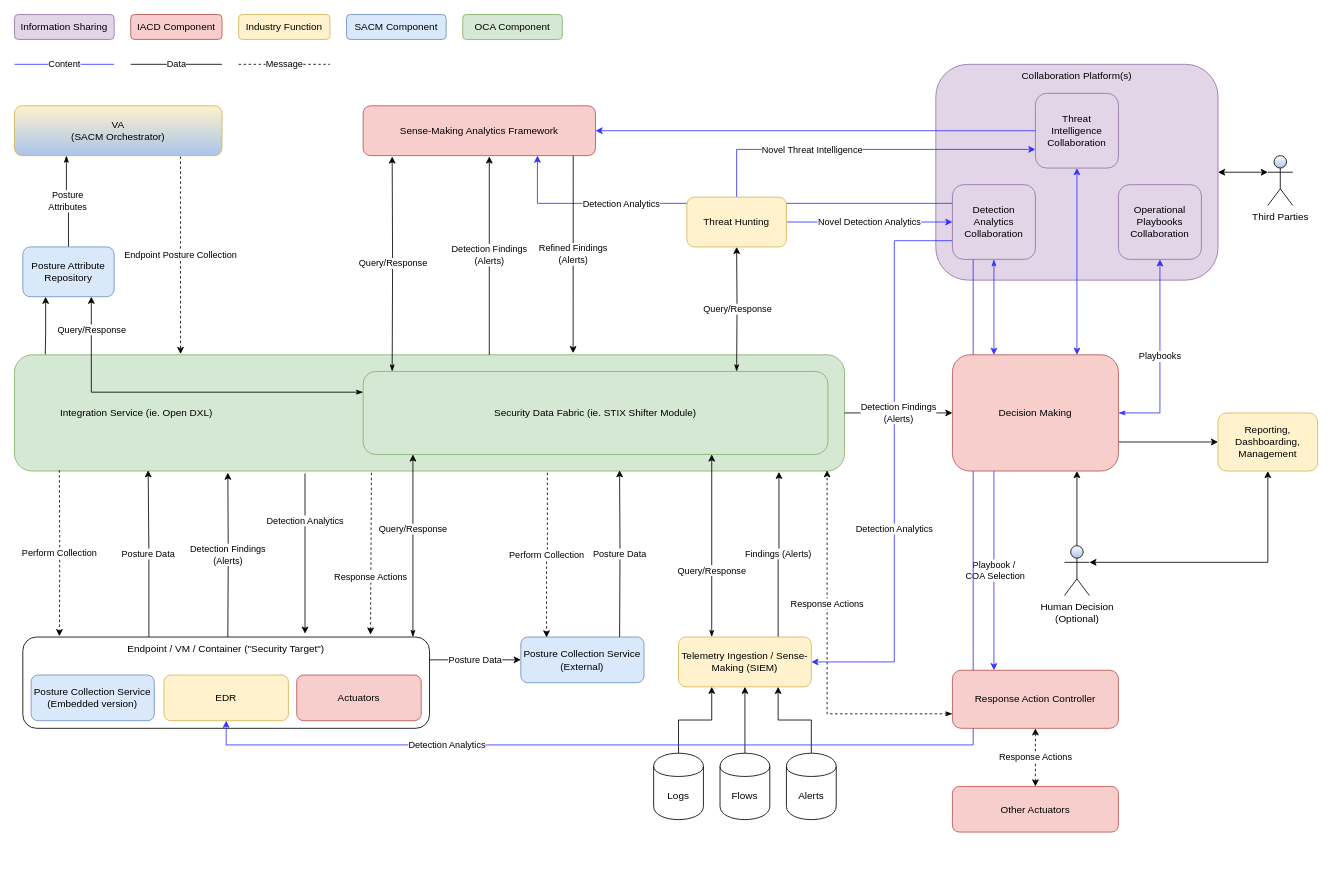
This is SACM_OCA_IACD.drawio from opencybersecurityalliance/documentation, a draw.io file, before an edit. Source tidied: cells renumbered, new cells numbered last; positions are measured from the earlier drawing's top-left corner, leaving out a move shared by most shapes. Both pictures are drawn from the tidied source at 83%, with x=0, y=0 at pixel (14, 14).
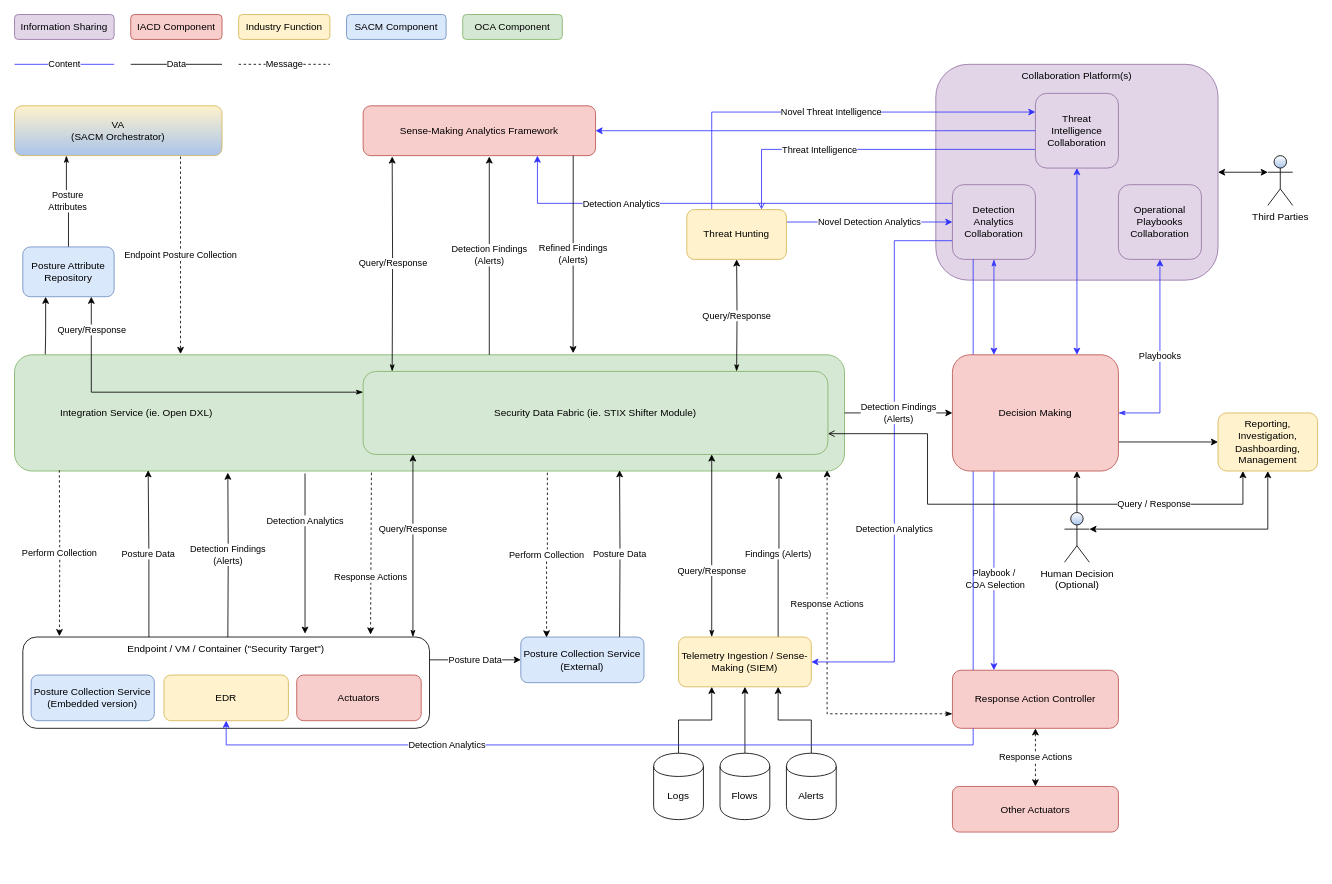
The same page after the edit.

Unchanged cells that the change refers to:
```xml
<mxCell id="10" value="Threat Intelligence Collaboration" style="rounded=1;whiteSpace=wrap;html=1;fillColor=#e1d5e7;strokeColor=#9673a6;" parent="1" vertex="1">
  <mxGeometry x="1230" y="95" width="100" height="90" as="geometry" />
</mxCell>
<mxCell id="11" value="Security Data Fabric (ie. STIX Shifter Module)" style="rounded=1;whiteSpace=wrap;html=1;fillColor=#d5e8d4;strokeColor=#82b366;" parent="1" vertex="1">
  <mxGeometry x="420" y="430" width="560" height="100" as="geometry" />
</mxCell>
<mxCell id="25" value="Sense-Making Analytics Framework" style="rounded=1;whiteSpace=wrap;html=1;fillColor=#f8cecc;strokeColor=#b85450;" parent="1" vertex="1">
  <mxGeometry x="420" y="110" width="280" height="60" as="geometry" />
</mxCell>
<mxCell id="28" value="Detection Analytics Collaboration" style="rounded=1;whiteSpace=wrap;html=1;fillColor=#e1d5e7;strokeColor=#9673a6;" parent="1" vertex="1">
  <mxGeometry x="1130" y="205" width="100" height="90" as="geometry" />
</mxCell>
<mxCell id="66" value="Decision Making" style="rounded=1;whiteSpace=wrap;html=1;fillColor=#f8cecc;strokeColor=#b85450;" parent="1" vertex="1">
  <mxGeometry x="1130" y="410" width="200" height="140" as="geometry" />
</mxCell>
<mxCell id="67" value="Response Action Controller" style="rounded=1;whiteSpace=wrap;html=1;fillColor=#f8cecc;strokeColor=#b85450;" parent="1" vertex="1">
  <mxGeometry x="1130" y="790" width="200" height="70" as="geometry" />
</mxCell>
```

The edit, as a diff of the source:
```diff
@@
+    <mxCell id="76" value="Threat Intelligence" style="edgeStyle=orthogonalEdgeStyle;rounded=0;jettySize=auto;html=1;exitX=0;exitY=0.75;exitDx=0;exitDy=0;entryX=0.75;entryY=0;entryDx=0;entryDy=0;startArrow=none;startFill=0;endArrow=open;endFill=0;strokeColor=#3333FF;" parent="1" edge="1" source="10" target="69">
+      <mxGeometry x="0.29" relative="1" as="geometry" />
+    </mxCell>
@@
     <mxCell id="26" value="Detection Analytics" style="edgeStyle=orthogonalEdgeStyle;rounded=0;jettySize=auto;html=1;exitX=0;exitY=0.25;exitDx=0;exitDy=0;entryX=0.75;entryY=1;entryDx=0;entryDy=0;startArrow=none;startFill=0;endArrow=classic;endFill=1;strokeColor=#3333FF;" parent="1" edge="1" source="28" target="25">
-      <mxGeometry x="0.43" relative="1" as="geometry" />
+      <mxGeometry x="0.43" relative="1" as="geometry">
+        <Array as="points">
+          <mxPoint x="630" y="228" />
+        </Array>
+      </mxGeometry>
     </mxCell>
@@
-    <mxCell id="36" value="Novel Detection Analytics" style="endArrow=classic;html=1;entryX=0;entryY=0.5;entryDx=0;entryDy=0;exitX=1;exitY=0.5;exitDx=0;exitDy=0;strokeColor=#3333FF;" parent="1" edge="1" source="69" target="28">
+    <mxCell id="36" value="Novel Detection Analytics" style="endArrow=classic;html=1;entryX=0;entryY=0.5;entryDx=0;entryDy=0;exitX=1;exitY=0.25;exitDx=0;exitDy=0;strokeColor=#3333FF;" parent="1" edge="1" source="69" target="28">
       <mxGeometry relative="1" as="geometry" />
     </mxCell>
@@
     <mxCell id="42" value="Playbook /&lt;br&gt;&amp;nbsp;COA Selection" style="endArrow=classic;html=1;entryX=0.25;entryY=0;entryDx=0;entryDy=0;exitX=0.25;exitY=1;exitDx=0;exitDy=0;strokeColor=#3333FF;" parent="1" edge="1" source="66" target="67">
-      <mxGeometry relative="1" as="geometry" />
+      <mxGeometry x="0.08" relative="1" as="geometry" />
     </mxCell>
@@
+    <mxCell id="77" value="Query / Response" style="edgeStyle=orthogonalEdgeStyle;rounded=0;jettySize=auto;html=1;exitX=0.25;exitY=1;exitDx=0;exitDy=0;entryX=1;entryY=0.75;entryDx=0;entryDy=0;startArrow=classic;startFill=1;endArrow=open;endFill=0;strokeColor=#000000;" parent="1" edge="1" source="73" target="11">
+      <mxGeometry x="-0.53" relative="1" as="geometry">
+        <Array as="points">
+          <mxPoint x="1480" y="590" />
+          <mxPoint x="1100" y="590" />
+          <mxPoint x="1100" y="505" />
+        </Array>
+      </mxGeometry>
+    </mxCell>
     <mxCell id="61" value="Human Decision&lt;br&gt;(Optional)" style="shape=umlActor;verticalLabelPosition=bottom;labelBackgroundColor=#ffffff;verticalAlign=top;html=1;outlineConnect=0;gradientColor=#A9C4EB;align=center;" parent="1" vertex="1">
-      <mxGeometry x="1265" y="640" width="30" height="60" as="geometry" />
+      <mxGeometry x="1265" y="600" width="30" height="60" as="geometry" />
     </mxCell>
@@
-    <mxCell id="68" value="Novel Threat Intelligence" style="edgeStyle=orthogonalEdgeStyle;rounded=0;jettySize=auto;html=1;exitX=0.5;exitY=0;exitDx=0;exitDy=0;entryX=0;entryY=0.75;entryDx=0;entryDy=0;startArrow=none;startFill=0;endArrow=classic;endFill=1;strokeColor=#3333FF;" parent="1" edge="1" source="69" target="10">
-      <mxGeometry x="-0.29" relative="1" as="geometry" />
+    <mxCell id="68" value="Novel Threat Intelligence" style="edgeStyle=orthogonalEdgeStyle;rounded=0;jettySize=auto;html=1;exitX=0.25;exitY=0;exitDx=0;exitDy=0;entryX=0;entryY=0.25;entryDx=0;entryDy=0;startArrow=none;startFill=0;endArrow=classic;endFill=1;strokeColor=#3333FF;" parent="1" edge="1" source="69" target="10">
+      <mxGeometry x="0.03" relative="1" as="geometry">
+        <Array as="points">
+          <mxPoint x="840" y="118" />
+        </Array>
+      </mxGeometry>
     </mxCell>
     <mxCell id="69" value="Threat Hunting" style="rounded=1;whiteSpace=wrap;html=1;fillColor=#fff2cc;strokeColor=#d6b656;" parent="1" vertex="1">
-      <mxGeometry x="810" y="220" width="120" height="60" as="geometry" />
+      <mxGeometry x="810" y="235" width="120" height="60" as="geometry" />
     </mxCell>
@@
-    <mxCell id="73" value="Reporting, Dashboarding, Management" style="rounded=1;whiteSpace=wrap;html=1;fillColor=#fff2cc;strokeColor=#d6b656;" parent="1" vertex="1">
+    <mxCell id="73" value="Reporting, Investigation, Dashboarding, Management" style="rounded=1;whiteSpace=wrap;html=1;fillColor=#fff2cc;strokeColor=#d6b656;" parent="1" vertex="1">
       <mxGeometry x="1450" y="480" width="120" height="70" as="geometry" />
     </mxCell>
```
